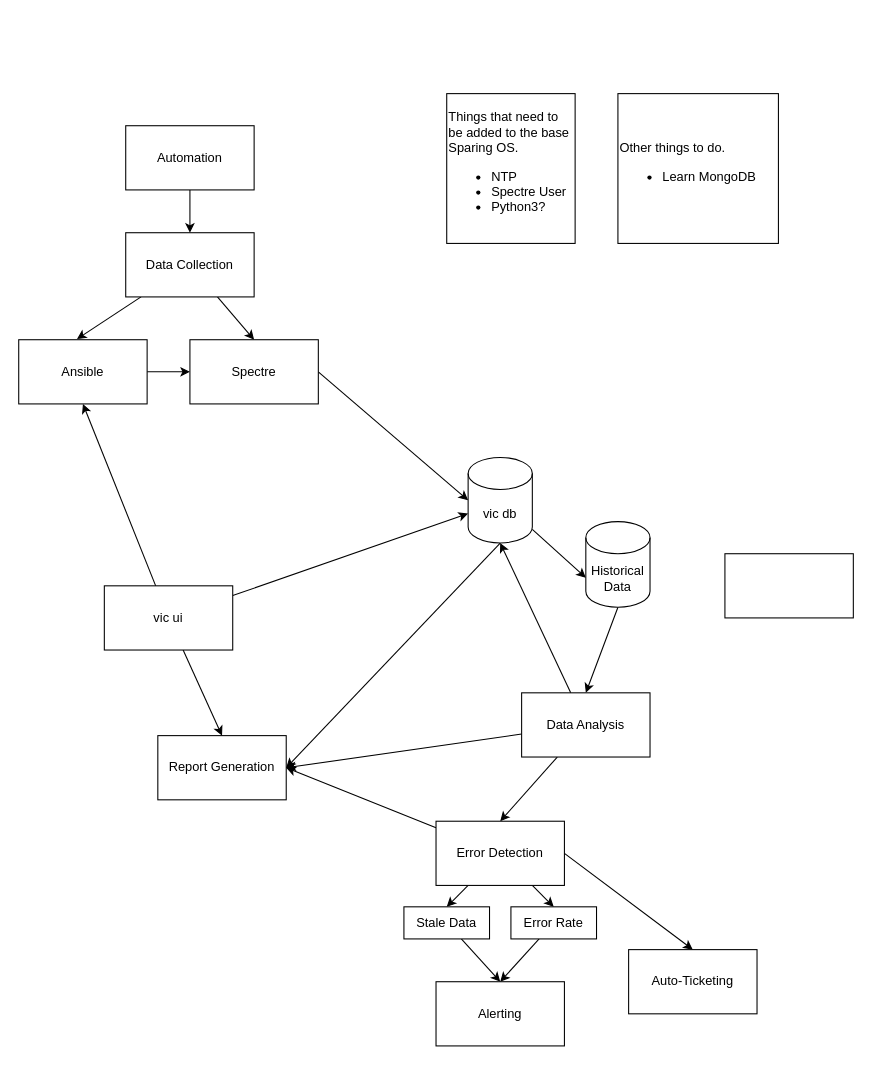
Earlier version of the draw.io diagram page "Page-1" (1 of 2) of Sparing.drawio (marcusspain/drawings). Source tidied: cells renumbered, new cells numbered last; positions are measured from the earlier drawing's top-left corner, leaving out a move shared by most shapes. Both pictures are drawn from the tidied source at 107%, with x=0, y=0 at pixel (18, 93).
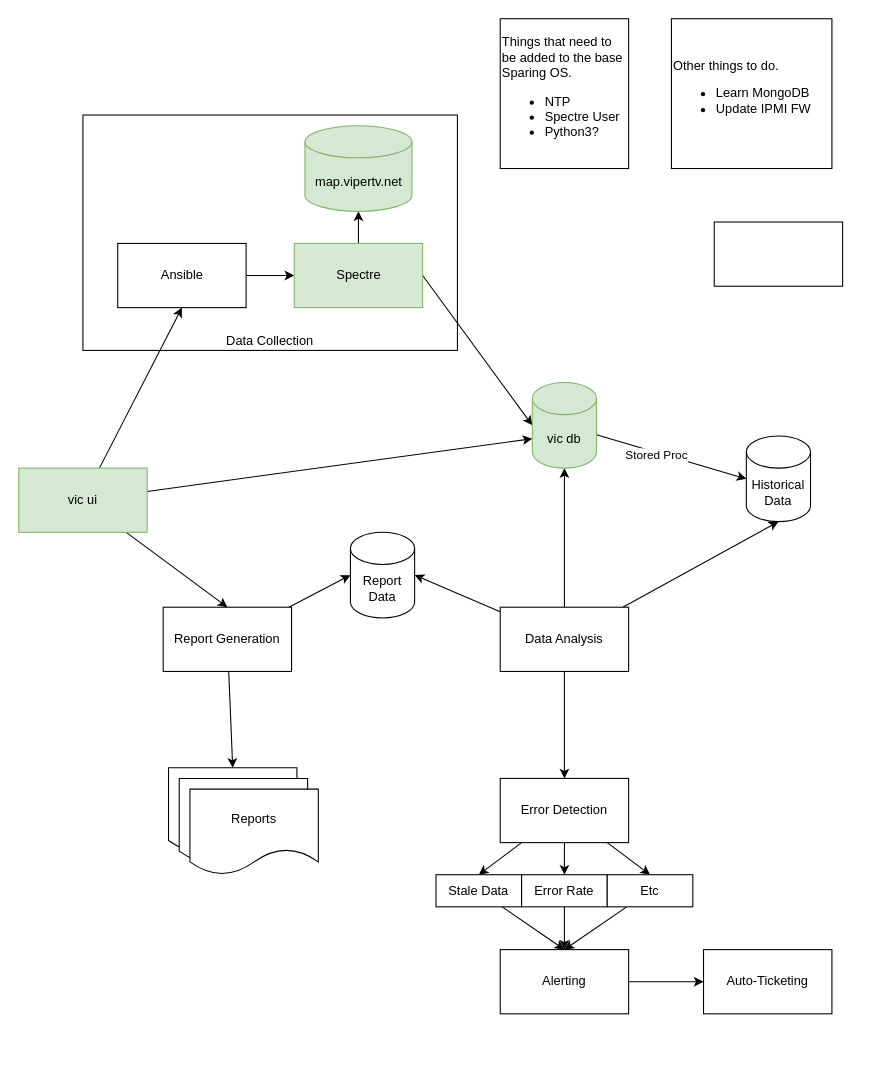
After the change.

Change to the diagram source:
```diff
@@
+    <mxCell id="20" value="&lt;br&gt;&lt;br&gt;&lt;br&gt;&lt;br&gt;&lt;br&gt;&lt;br&gt;&lt;br&gt;&lt;br&gt;&lt;br&gt;&lt;br&gt;&lt;br&gt;&lt;br&gt;&lt;br&gt;&lt;br&gt;Data Collection" style="rounded=0;whiteSpace=wrap;html=1;align=center;" parent="1" vertex="1">
+      <mxGeometry x="60" y="20" width="350" height="220" as="geometry" />
+    </mxCell>
+    <mxCell id="40" style="edgeStyle=none;rounded=0;jettySize=auto;html=1;entryX=0;entryY=0.5;entryDx=0;entryDy=0;entryPerimeter=0;" parent="1" edge="1" source="2" target="47">
+      <mxGeometry relative="1" as="geometry" />
+    </mxCell>
+    <mxCell id="41" style="edgeStyle=none;rounded=0;jettySize=auto;html=1;entryX=0.5;entryY=0;entryDx=0;entryDy=0;" parent="1" edge="1" source="2" target="49">
+      <mxGeometry relative="1" as="geometry" />
+    </mxCell>
     <mxCell id="2" value="Report Generation" style="rounded=0;whiteSpace=wrap;html=1;" parent="1" vertex="1">
-      <mxGeometry x="130" y="600" width="120" height="60" as="geometry" />
+      <mxGeometry x="135" y="480" width="120" height="60" as="geometry" />
     </mxCell>
-    <mxCell id="3" style="edgeStyle=none;rounded=0;jettySize=auto;html=1;entryX=0.5;entryY=0;entryDx=0;entryDy=0;exitX=0.5;exitY=1;exitDx=0;exitDy=0;exitPerimeter=0;" parent="1" edge="1" source="34" target="10">
-      <mxGeometry relative="1" as="geometry" />
-    </mxCell>
-    <mxCell id="4" style="edgeStyle=none;rounded=0;jettySize=auto;html=1;exitX=0.5;exitY=1;exitDx=0;exitDy=0;exitPerimeter=0;entryX=1;entryY=0.5;entryDx=0;entryDy=0;" parent="1" edge="1" source="33" target="2">
-      <mxGeometry relative="1" as="geometry" />
-    </mxCell>
-    <mxCell id="5" style="edgeStyle=none;rounded=0;jettySize=auto;html=1;entryX=0.5;entryY=0;entryDx=0;entryDy=0;" parent="1" edge="1" source="6" target="20">
-      <mxGeometry relative="1" as="geometry" />
-    </mxCell>
-    <mxCell id="6" value="Automation" style="rounded=0;whiteSpace=wrap;html=1;" parent="1" vertex="1">
-      <mxGeometry x="100" y="30" width="120" height="60" as="geometry" />
-    </mxCell>
@@
-    <mxCell id="8" style="edgeStyle=none;rounded=0;jettySize=auto;html=1;entryX=1;entryY=0.5;entryDx=0;entryDy=0;" parent="1" edge="1" source="10" target="2">
+    <mxCell id="8" style="edgeStyle=none;rounded=0;jettySize=auto;html=1;entryX=1;entryY=0.5;entryDx=0;entryDy=0;entryPerimeter=0;" parent="1" edge="1" source="10" target="47">
       <mxGeometry relative="1" as="geometry" />
     </mxCell>
@@
+    <mxCell id="42" style="edgeStyle=none;rounded=0;jettySize=auto;html=1;entryX=0.5;entryY=1;entryDx=0;entryDy=0;entryPerimeter=0;" parent="1" edge="1" source="10" target="34">
+      <mxGeometry relative="1" as="geometry" />
+    </mxCell>
     <mxCell id="10" value="Data Analysis" style="rounded=0;whiteSpace=wrap;html=1;" parent="1" vertex="1">
-      <mxGeometry x="470" y="560" width="120" height="60" as="geometry" />
+      <mxGeometry x="450" y="480" width="120" height="60" as="geometry" />
     </mxCell>
@@
-    <mxCell id="13" style="edgeStyle=none;rounded=0;jettySize=auto;html=1;exitX=1;exitY=0.5;exitDx=0;exitDy=0;entryX=0.5;entryY=0;entryDx=0;entryDy=0;" parent="1" edge="1" source="15" target="28">
+    <mxCell id="13" style="edgeStyle=none;rounded=0;jettySize=auto;html=1;exitX=1;exitY=0.5;exitDx=0;exitDy=0;entryX=0;entryY=0.5;entryDx=0;entryDy=0;" parent="1" edge="1" source="25" target="28">
       <mxGeometry relative="1" as="geometry" />
     </mxCell>
-    <mxCell id="14" style="edgeStyle=none;rounded=0;jettySize=auto;html=1;entryX=1;entryY=0.5;entryDx=0;entryDy=0;" parent="1" edge="1" source="15" target="2">
-      <mxGeometry relative="1" as="geometry" />
-    </mxCell>
+    <mxCell id="43" style="edgeStyle=none;rounded=0;jettySize=auto;html=1;entryX=0.5;entryY=0;entryDx=0;entryDy=0;" parent="1" edge="1" source="15" target="53">
+      <mxGeometry relative="1" as="geometry" />
+    </mxCell>
     <mxCell id="15" value="Error Detection" style="rounded=0;whiteSpace=wrap;html=1;" parent="1" vertex="1">
-      <mxGeometry x="390" y="680" width="120" height="60" as="geometry" />
+      <mxGeometry x="450" y="640" width="120" height="60" as="geometry" />
     </mxCell>
     <mxCell id="16" style="rounded=0;whiteSpace=wrap;html=1;" parent="1" vertex="1">
-      <mxGeometry x="660" y="430" width="120" height="60" as="geometry" />
+      <mxGeometry x="650" y="120" width="120" height="60" as="geometry" />
     </mxCell>
-    <mxCell id="17" style="edgeStyle=none;rounded=0;jettySize=auto;html=1;entryX=0.453;entryY=-0.01;entryDx=0;entryDy=0;entryPerimeter=0;" parent="1" edge="1" source="20" target="27">
-      <mxGeometry relative="1" as="geometry" />
-    </mxCell>
@@
-    <mxCell id="19" style="edgeStyle=none;rounded=0;jettySize=auto;html=1;entryX=0.5;entryY=0;entryDx=0;entryDy=0;" parent="1" edge="1" source="20" target="29">
-      <mxGeometry relative="1" as="geometry" />
-    </mxCell>
-    <mxCell id="20" value="Data Collection" style="rounded=0;whiteSpace=wrap;html=1;" parent="1" vertex="1">
-      <mxGeometry x="100" y="130" width="120" height="60" as="geometry" />
-    </mxCell>
@@
     <mxCell id="22" value="Stale Data" style="rounded=0;whiteSpace=wrap;html=1;" parent="1" vertex="1">
-      <mxGeometry x="360" y="760" width="80" height="30" as="geometry" />
+      <mxGeometry x="390" y="730" width="80" height="30" as="geometry" />
     </mxCell>
-    <mxCell id="23" style="edgeStyle=none;rounded=0;jettySize=auto;html=1;" parent="1" edge="1" source="24">
-      <mxGeometry relative="1" as="geometry">
-        <mxPoint x="450" y="830" as="targetPoint" />
-      </mxGeometry>
+    <mxCell id="23" style="edgeStyle=none;rounded=0;jettySize=auto;html=1;entryX=0.5;entryY=0;entryDx=0;entryDy=0;" parent="1" edge="1" source="24" target="25">
+      <mxGeometry relative="1" as="geometry" />
     </mxCell>
     <mxCell id="24" value="Error Rate" style="rounded=0;whiteSpace=wrap;html=1;" parent="1" vertex="1">
-      <mxGeometry x="460" y="760" width="80" height="30" as="geometry" />
+      <mxGeometry x="470" y="730" width="80" height="30" as="geometry" />
     </mxCell>
     <mxCell id="25" value="Alerting" style="rounded=0;whiteSpace=wrap;html=1;" parent="1" vertex="1">
-      <mxGeometry x="390" y="830" width="120" height="60" as="geometry" />
+      <mxGeometry x="450" y="800" width="120" height="60" as="geometry" />
     </mxCell>
@@
     <mxCell id="27" value="Ansible" style="rounded=0;whiteSpace=wrap;html=1;" parent="1" vertex="1">
-      <mxGeometry y="230" width="120" height="60" as="geometry" />
+      <mxGeometry x="92.5" y="140" width="120" height="60" as="geometry" />
     </mxCell>
     <mxCell id="28" value="Auto-Ticketing" style="rounded=0;whiteSpace=wrap;html=1;" parent="1" vertex="1">
-      <mxGeometry x="570" y="800" width="120" height="60" as="geometry" />
+      <mxGeometry x="640" y="800" width="120" height="60" as="geometry" />
     </mxCell>
+    <mxCell id="44" style="edgeStyle=none;rounded=0;jettySize=auto;html=1;entryX=0.5;entryY=1;entryDx=0;entryDy=0;entryPerimeter=0;" parent="1" edge="1" source="29" target="46">
+      <mxGeometry relative="1" as="geometry" />
+    </mxCell>
-    <mxCell id="29" value="Spectre" style="rounded=0;whiteSpace=wrap;html=1;" parent="1" vertex="1">
-      <mxGeometry x="160" y="230" width="120" height="60" as="geometry" />
+    <mxCell id="29" value="Spectre" style="rounded=0;whiteSpace=wrap;html=1;fillColor=#d5e8d4;strokeColor=#82b366;" parent="1" vertex="1">
+      <mxGeometry x="257.5" y="140" width="120" height="60" as="geometry" />
     </mxCell>
     <mxCell id="30" value="&lt;div&gt;Things that need to be added to the base Sparing OS.&lt;/div&gt;&lt;ul&gt;&lt;li&gt;NTP&lt;/li&gt;&lt;li&gt;Spectre User&lt;/li&gt;&lt;li&gt;Python3?&lt;/li&gt;&lt;/ul&gt;" style="rounded=0;whiteSpace=wrap;html=1;align=left;" parent="1" vertex="1">
-      <mxGeometry x="400" width="120" height="140" as="geometry" />
+      <mxGeometry x="450" y="-70" width="120" height="140" as="geometry" />
     </mxCell>
-    <mxCell id="31" value="Other things to do.&lt;br&gt;&lt;ul&gt;&lt;li&gt;Learn MongoDB&lt;/li&gt;&lt;/ul&gt;" style="rounded=0;whiteSpace=wrap;html=1;align=left;" parent="1" vertex="1">
-      <mxGeometry x="560" width="150" height="140" as="geometry" />
+    <mxCell id="31" value="Other things to do.&lt;br&gt;&lt;ul&gt;&lt;li&gt;Learn MongoDB&lt;/li&gt;&lt;li&gt;Update IPMI FW&lt;/li&gt;&lt;/ul&gt;" style="rounded=0;whiteSpace=wrap;html=1;align=left;" parent="1" vertex="1">
+      <mxGeometry x="610" y="-70" width="150" height="140" as="geometry" />
     </mxCell>
-    <mxCell id="32" style="edgeStyle=none;rounded=0;jettySize=auto;html=1;entryX=0;entryY=0;entryDx=0;entryDy=52.5;entryPerimeter=0;" parent="1" edge="1" source="33" target="34">
+    <mxCell id="32" style="edgeStyle=none;rounded=0;jettySize=auto;html=1;entryX=0;entryY=0.5;entryDx=0;entryDy=0;entryPerimeter=0;" parent="1" edge="1" source="33" target="34">
       <mxGeometry relative="1" as="geometry" />
     </mxCell>
+    <mxCell id="45" value="Stored Proc" style="edgeLabel;html=1;align=center;verticalAlign=middle;" parent="32" vertex="1">
+      <mxGeometry x="-0.21" y="-2" relative="1" as="geometry" />
+    </mxCell>
-    <mxCell id="33" value="vic db" style="shape=cylinder3;whiteSpace=wrap;html=1;boundedLbl=1;backgroundOutline=1;size=15;" parent="1" vertex="1">
-      <mxGeometry x="420" y="340" width="60" height="80" as="geometry" />
+    <mxCell id="33" value="vic db" style="shape=cylinder3;whiteSpace=wrap;html=1;boundedLbl=1;backgroundOutline=1;size=15;fillColor=#d5e8d4;strokeColor=#82b366;" parent="1" vertex="1">
+      <mxGeometry x="480" y="270" width="60" height="80" as="geometry" />
     </mxCell>
     <mxCell id="34" value="&lt;span&gt;Historical Data&lt;/span&gt;" style="shape=cylinder3;whiteSpace=wrap;html=1;boundedLbl=1;backgroundOutline=1;size=15;" parent="1" vertex="1">
-      <mxGeometry x="530" y="400" width="60" height="80" as="geometry" />
+      <mxGeometry x="680" y="320" width="60" height="80" as="geometry" />
     </mxCell>
@@
-    <mxCell id="39" value="vic ui" style="rounded=0;whiteSpace=wrap;html=1;" parent="1" vertex="1">
-      <mxGeometry x="80" y="460" width="120" height="60" as="geometry" />
+    <mxCell id="39" value="vic ui" style="rounded=0;whiteSpace=wrap;html=1;fillColor=#d5e8d4;strokeColor=#82b366;" parent="1" vertex="1">
+      <mxGeometry y="350" width="120" height="60" as="geometry" />
     </mxCell>
+    <mxCell id="46" value="map.vipertv.net" style="shape=cylinder3;whiteSpace=wrap;html=1;boundedLbl=1;backgroundOutline=1;size=15;fillColor=#d5e8d4;strokeColor=#82b366;" parent="1" vertex="1">
+      <mxGeometry x="267.5" y="30" width="100" height="80" as="geometry" />
+    </mxCell>
+    <mxCell id="47" value="Report Data" style="shape=cylinder3;whiteSpace=wrap;html=1;boundedLbl=1;backgroundOutline=1;size=15;" parent="1" vertex="1">
+      <mxGeometry x="310" y="410" width="60" height="80" as="geometry" />
+    </mxCell>
+    <mxCell id="48" style="group;" parent="1" vertex="1">
+      <mxGeometry x="140" y="630" width="140" height="100" as="geometry" />
+    </mxCell>
+    <mxCell id="49" style="shape=document;whiteSpace=wrap;html=1;boundedLbl=1;" parent="48" vertex="1">
+      <mxGeometry width="120" height="80" as="geometry" />
+    </mxCell>
+    <mxCell id="50" style="shape=document;whiteSpace=wrap;html=1;boundedLbl=1;" parent="48" vertex="1">
+      <mxGeometry x="10" y="10" width="120" height="80" as="geometry" />
+    </mxCell>
+    <mxCell id="51" value="Reports" style="shape=document;whiteSpace=wrap;html=1;boundedLbl=1;" parent="48" vertex="1">
+      <mxGeometry x="20" y="20" width="120" height="80" as="geometry" />
+    </mxCell>
+    <mxCell id="52" style="edgeStyle=none;rounded=0;jettySize=auto;html=1;entryX=0.5;entryY=0;entryDx=0;entryDy=0;" parent="1" edge="1" source="53" target="25">
+      <mxGeometry relative="1" as="geometry" />
+    </mxCell>
+    <mxCell id="53" value="Etc" style="rounded=0;whiteSpace=wrap;html=1;" parent="1" vertex="1">
+      <mxGeometry x="550" y="730" width="80" height="30" as="geometry" />
+    </mxCell>
```
